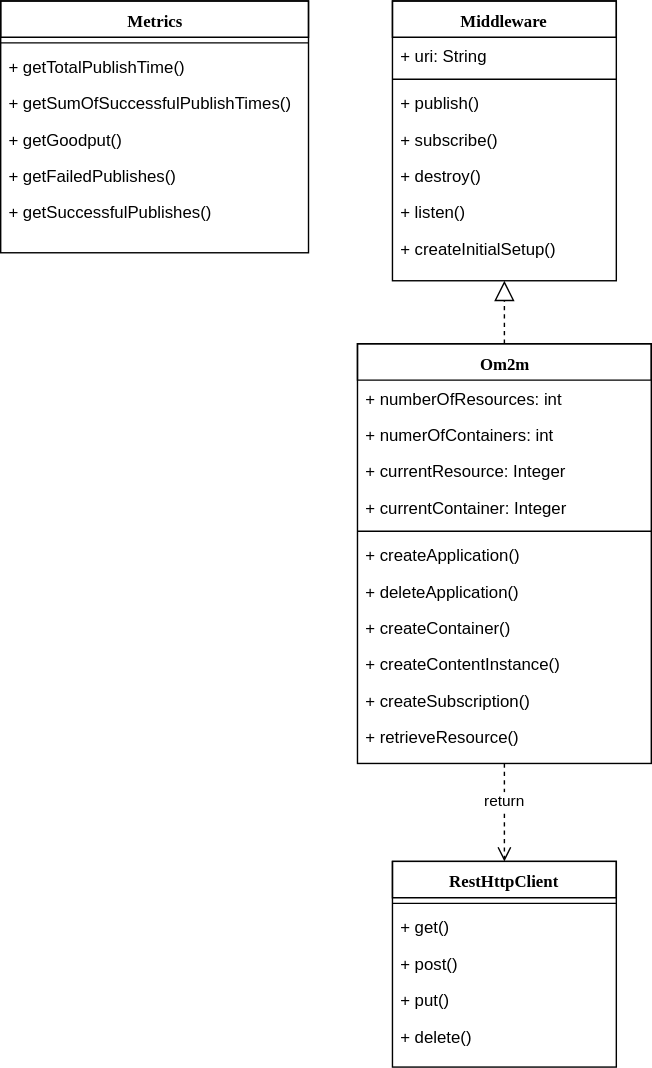
Above: figures/class_diagram.svg in lzilhao/Tese-Artigo (draw.io), before the change. Source tidied: cells renumbered, new cells last; positions are measured from the earlier drawing's top-left corner, leaving out a move shared by most shapes.
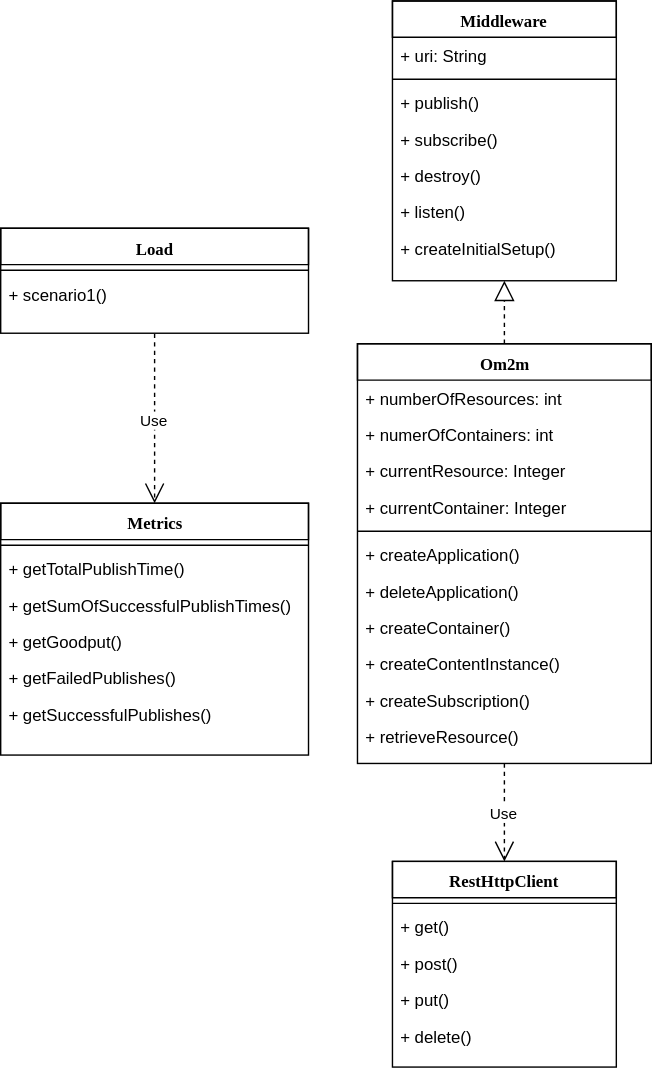
Above is the later version.

Commit message:
Added section for ponte. Elaborated a bit on its implementation. Changed the class diagram image to feature both a metrics and load class

What changed in the source:
```diff
@@ -21,7 +21,7 @@
       <mxGeometry y="112" width="160" height="26" as="geometry" />
     </mxCell>
     <mxCell id="8" value="Metrics" style="swimlane;html=1;fontStyle=1;align=center;verticalAlign=top;horizontal=1;startSize=26;swimlaneFillColor=#ffffff;rounded=0;shadow=0;comic=0;labelBackgroundColor=none;strokeColor=#000000;strokeWidth=1;fillColor=none;fontFamily=Verdana;fontSize=12;fontColor=#000000;" parent="1" vertex="1">
-      <mxGeometry width="220" height="180" as="geometry" />
+      <mxGeometry y="359" width="220" height="180" as="geometry" />
     </mxCell>
     <mxCell id="9" style="line;html=1;strokeWidth=1;fillColor=none;align=left;verticalAlign=middle;spacingTop=-1;spacingLeft=3;spacingRight=3;labelPosition=right;" parent="8" vertex="1">
       <mxGeometry y="26" width="220" height="8" as="geometry" />
@@ -104,7 +104,19 @@
     <mxCell id="35" style="endArrow=block;dashed=1;endFill=0;endSize=12;html=1;entryX=0.5;entryY=1;exitX=0.5;exitY=0;" parent="1" edge="1" source="23" target="15">
       <mxGeometry relative="1" as="geometry" />
     </mxCell>
+    <mxCell id="37" value="Load" style="swimlane;html=1;fontStyle=1;align=center;verticalAlign=top;horizontal=1;startSize=26;swimlaneFillColor=#ffffff;rounded=0;shadow=0;comic=0;labelBackgroundColor=none;strokeColor=#000000;strokeWidth=1;fillColor=none;fontFamily=Verdana;fontSize=12;fontColor=#000000;" parent="1" vertex="1">
+      <mxGeometry y="162.5" width="220" height="75" as="geometry" />
+    </mxCell>
+    <mxCell id="38" style="line;html=1;strokeWidth=1;fillColor=none;align=left;verticalAlign=middle;spacingTop=-1;spacingLeft=3;spacingRight=3;labelPosition=right;" parent="37" vertex="1">
+      <mxGeometry y="26" width="220" height="8" as="geometry" />
+    </mxCell>
+    <mxCell id="39" value="+ scenario1()" style="text;html=1;strokeColor=none;fillColor=none;align=left;verticalAlign=top;spacingLeft=4;spacingRight=4;whiteSpace=wrap;overflow=hidden;" parent="37" vertex="1">
+      <mxGeometry y="34" width="220" height="26" as="geometry" />
+    </mxCell>
+    <mxCell id="40" value="Use" style="endArrow=open;endSize=12;dashed=1;html=1;exitX=0.5;exitY=1;entryX=0.5;entryY=0;" parent="1" edge="1" source="37" target="8">
+      <mxGeometry relative="1" as="geometry" />
+    </mxCell>
-    <mxCell id="36" value="return" style="html=1;verticalAlign=bottom;endArrow=open;dashed=1;endSize=8;exitX=0.5;exitY=1;entryX=0.5;entryY=0;" parent="1" edge="1" source="23" target="2">
+    <mxCell id="36" value="Use" style="endArrow=open;endSize=12;dashed=1;html=1;exitX=0.5;exitY=1;entryX=0.5;entryY=0;" parent="1" edge="1" source="23" target="2">
       <mxGeometry relative="1" as="geometry" />
     </mxCell>
   </root>
```
